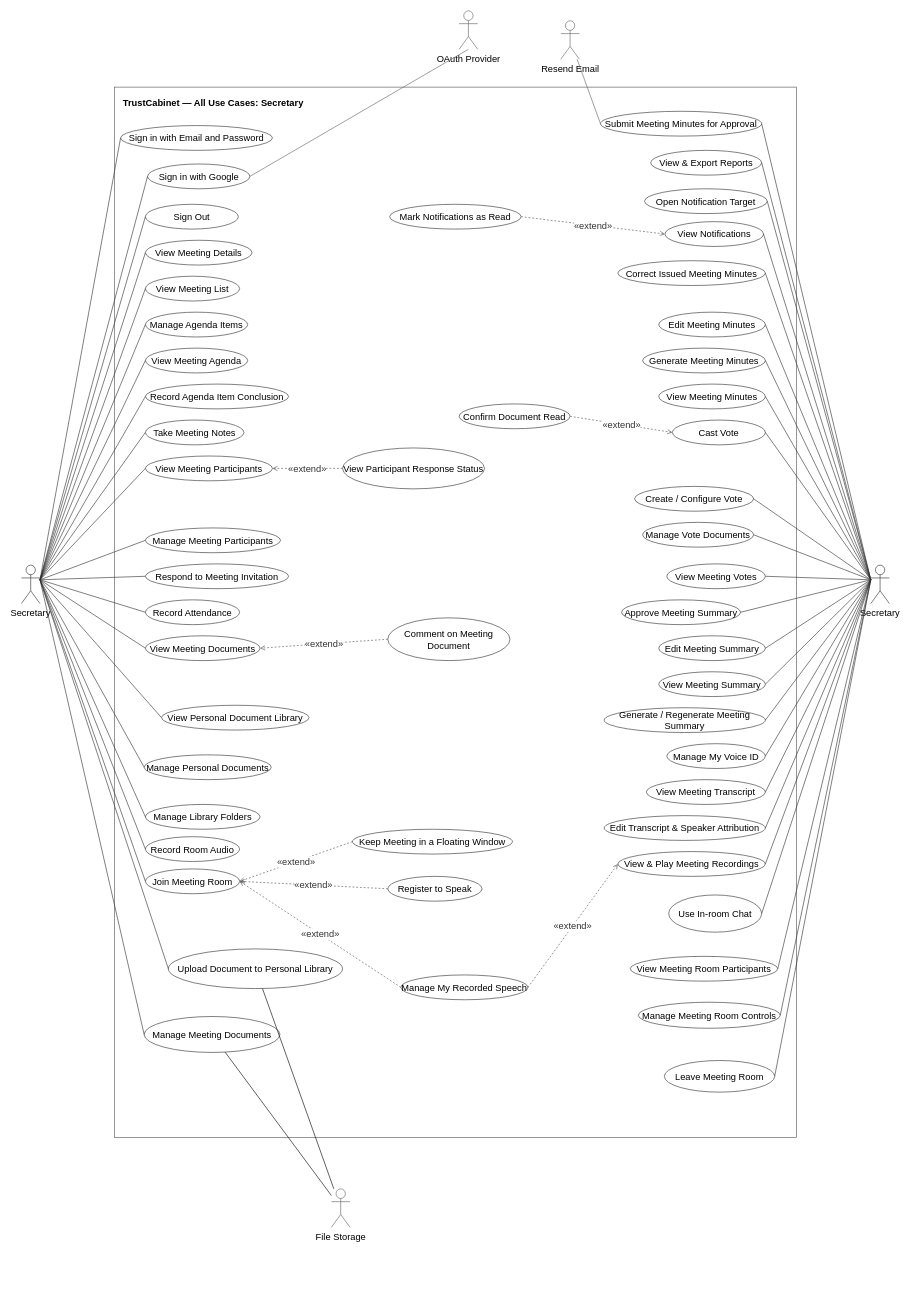
The draw.io diagram page "Secretary" (5 of 7) of docs/14-uc-diagram/trustcabinet-use-cases.drawio in callmehai/FU-FA26-G116, before the edit. Source tidied: cells renumbered, new cells numbered last; positions are measured from the earlier drawing's top-left corner, leaving out a move shared by most shapes. Both pictures are drawn from the tidied source at 62%, with x=0, y=0 at pixel (21, 11).
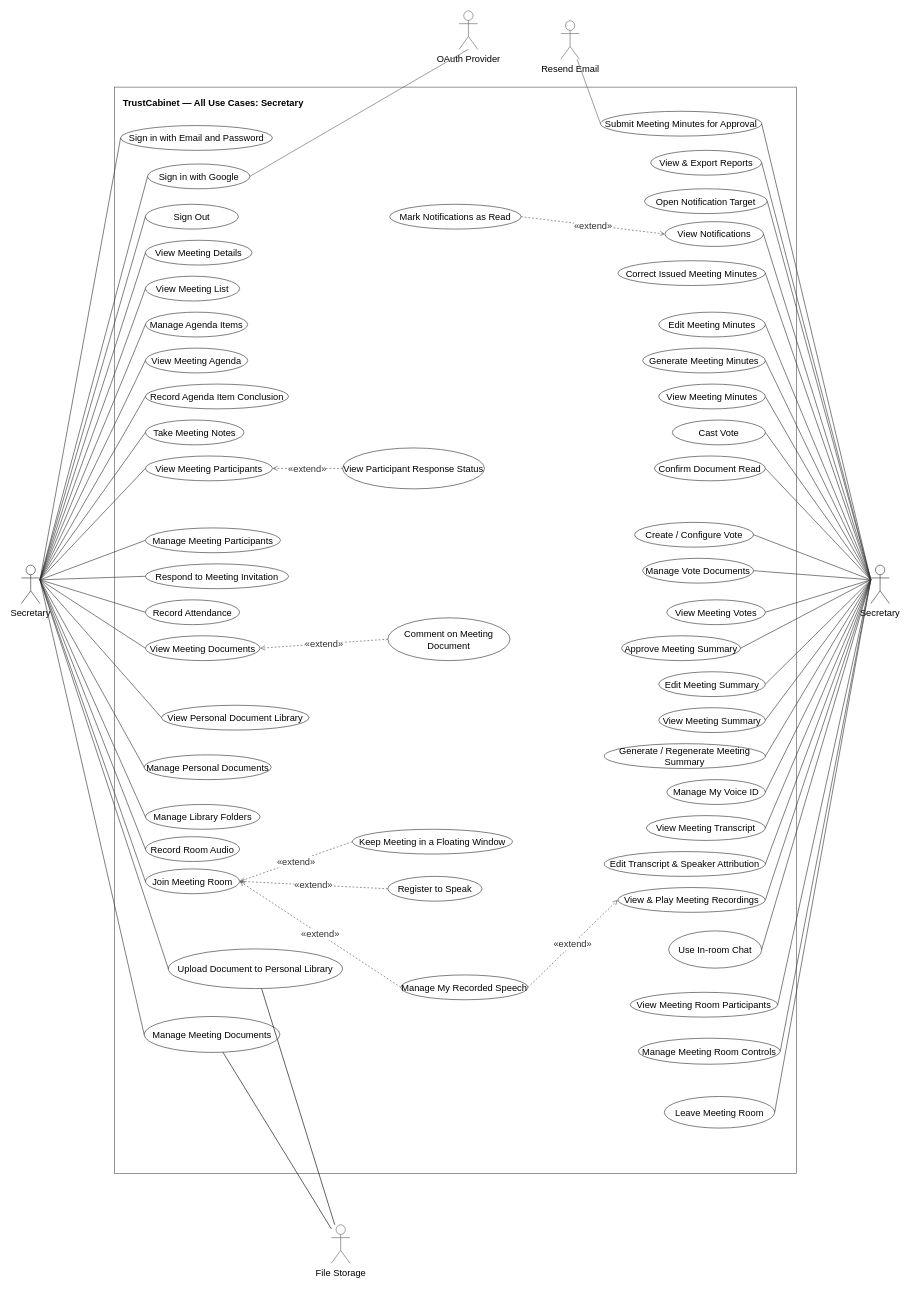
Above is the later version.

The change refers to these unchanged cells:
```xml
<mxCell id="4" value="Secretary" style="shape=umlActor;whiteSpace=wrap;verticalLabelPosition=bottom;verticalAlign=top;html=1;outlineConnect=0;fillColor=#ffffff;strokeColor=#333333;fontSize=15;" parent="1" vertex="1">
  <mxGeometry x="1370" y="894" width="30" height="62" as="geometry" />
</mxCell>
<mxCell id="47" value="Cast Vote" style="ellipse;whiteSpace=wrap;html=1;align=center;verticalAlign=middle;fontSize=15;strokeColor=#333333;fillColor=#ffffff;" parent="1" vertex="1">
  <mxGeometry x="1050" y="660" width="150" height="40" as="geometry" />
</mxCell>
```

What changed in the source:
```diff
@@
     <mxCell id="2" value="TrustCabinet — All Use Cases: Secretary" style="rounded=0;whiteSpace=wrap;html=1;align=left;verticalAlign=top;spacingTop=10;spacingLeft=12;fontStyle=1;fontSize=15;strokeColor=#555555;fillColor=none;" parent="1" vertex="1">
-      <mxGeometry x="150" y="123" width="1100" height="1694" as="geometry" />
+      <mxGeometry x="150" y="123" width="1100" height="1752" as="geometry" />
     </mxCell>
@@
     <mxCell id="16" value="Leave Meeting Room" style="ellipse;whiteSpace=wrap;html=1;align=center;verticalAlign=middle;fontSize=15;strokeColor=#333333;fillColor=#ffffff;" parent="1" vertex="1">
-      <mxGeometry x="1037" y="1693" width="178" height="51" as="geometry" />
+      <mxGeometry x="1037" y="1751" width="178" height="51" as="geometry" />
     </mxCell>
     <mxCell id="17" value="Manage Meeting Room Controls" style="ellipse;whiteSpace=wrap;html=1;align=center;verticalAlign=middle;fontSize=15;strokeColor=#333333;fillColor=#ffffff;" parent="1" vertex="1">
-      <mxGeometry x="995" y="1599" width="229" height="42" as="geometry" />
+      <mxGeometry x="995" y="1657" width="229" height="42" as="geometry" />
     </mxCell>
     <mxCell id="18" value="View Meeting Room Participants" style="ellipse;whiteSpace=wrap;html=1;align=center;verticalAlign=middle;fontSize=15;strokeColor=#333333;fillColor=#ffffff;" parent="1" vertex="1">
-      <mxGeometry x="982" y="1525" width="238" height="40" as="geometry" />
+      <mxGeometry x="982" y="1583" width="238" height="40" as="geometry" />
     </mxCell>
     <mxCell id="19" value="Use In-room Chat" style="ellipse;whiteSpace=wrap;html=1;align=center;verticalAlign=middle;fontSize=15;strokeColor=#333333;fillColor=#ffffff;" parent="1" vertex="1">
-      <mxGeometry x="1044" y="1426" width="150" height="60" as="geometry" />
+      <mxGeometry x="1044" y="1484" width="150" height="60" as="geometry" />
     </mxCell>
@@
     <mxCell id="23" value="View &amp;amp; Play Meeting Recordings" style="ellipse;whiteSpace=wrap;html=1;align=center;verticalAlign=middle;fontSize=15;strokeColor=#333333;fillColor=#ffffff;" parent="1" vertex="1">
-      <mxGeometry x="962" y="1356" width="238" height="40" as="geometry" />
+      <mxGeometry x="962" y="1414" width="238" height="40" as="geometry" />
     </mxCell>
@@
     <mxCell id="25" value="View Meeting Transcript" style="ellipse;whiteSpace=wrap;html=1;align=center;verticalAlign=middle;fontSize=15;strokeColor=#333333;fillColor=#ffffff;" parent="1" vertex="1">
-      <mxGeometry x="1008" y="1240" width="192" height="40" as="geometry" />
+      <mxGeometry x="1008" y="1298" width="192" height="40" as="geometry" />
     </mxCell>
     <mxCell id="26" value="Edit Transcript &amp;amp; Speaker Attribution" style="ellipse;whiteSpace=wrap;html=1;align=center;verticalAlign=middle;fontSize=15;strokeColor=#333333;fillColor=#ffffff;" parent="1" vertex="1">
-      <mxGeometry x="940" y="1298" width="260" height="40" as="geometry" />
+      <mxGeometry x="940" y="1356" width="260" height="40" as="geometry" />
     </mxCell>
     <mxCell id="27" value="View Meeting Summary" style="ellipse;whiteSpace=wrap;html=1;align=center;verticalAlign=middle;fontSize=15;strokeColor=#333333;fillColor=#ffffff;" parent="1" vertex="1">
-      <mxGeometry x="1028" y="1066" width="172" height="40" as="geometry" />
+      <mxGeometry x="1028" y="1124" width="172" height="40" as="geometry" />
     </mxCell>
     <mxCell id="28" value="Edit Meeting Summary" style="ellipse;whiteSpace=wrap;html=1;align=center;verticalAlign=middle;fontSize=15;strokeColor=#333333;fillColor=#ffffff;" parent="1" vertex="1">
-      <mxGeometry x="1028" y="1008" width="172" height="40" as="geometry" />
+      <mxGeometry x="1028" y="1066" width="172" height="40" as="geometry" />
     </mxCell>
     <mxCell id="29" value="Approve Meeting Summary" style="ellipse;whiteSpace=wrap;html=1;align=center;verticalAlign=middle;fontSize=15;strokeColor=#333333;fillColor=#ffffff;" parent="1" vertex="1">
-      <mxGeometry x="968" y="950" width="192" height="40" as="geometry" />
+      <mxGeometry x="968" y="1008" width="192" height="40" as="geometry" />
     </mxCell>
     <mxCell id="30" value="View Meeting Votes" style="ellipse;whiteSpace=wrap;html=1;align=center;verticalAlign=middle;fontSize=15;strokeColor=#333333;fillColor=#ffffff;" parent="1" vertex="1">
-      <mxGeometry x="1041" y="892" width="159" height="40" as="geometry" />
+      <mxGeometry x="1041" y="950" width="159" height="40" as="geometry" />
     </mxCell>
@@
     <mxCell id="36" value="Generate / Regenerate Meeting Summary" style="ellipse;whiteSpace=wrap;html=1;align=center;verticalAlign=middle;fontSize=15;strokeColor=#333333;fillColor=#ffffff;" parent="1" vertex="1">
-      <mxGeometry x="940" y="1124" width="260" height="40" as="geometry" />
+      <mxGeometry x="940" y="1182" width="260" height="40" as="geometry" />
     </mxCell>
@@
     <mxCell id="48" value="Confirm Document Read" style="ellipse;whiteSpace=wrap;html=1;align=center;verticalAlign=middle;fontSize=15;strokeColor=#333333;fillColor=#ffffff;" parent="1" vertex="1">
-      <mxGeometry x="706" y="634" width="179" height="40" as="geometry" />
+      <mxGeometry x="1021" y="718" width="179" height="40" as="geometry" />
     </mxCell>
     <mxCell id="49" value="Create / Configure Vote" style="ellipse;whiteSpace=wrap;html=1;align=center;verticalAlign=middle;fontSize=15;strokeColor=#333333;fillColor=#ffffff;" parent="1" vertex="1">
-      <mxGeometry x="989" y="767" width="192" height="40" as="geometry" />
+      <mxGeometry x="989" y="825" width="192" height="40" as="geometry" />
     </mxCell>
     <mxCell id="50" value="Manage Vote Documents" style="ellipse;whiteSpace=wrap;html=1;align=center;verticalAlign=middle;fontSize=15;strokeColor=#333333;fillColor=#ffffff;" parent="1" vertex="1">
-      <mxGeometry x="1002" y="825" width="179" height="40" as="geometry" />
+      <mxGeometry x="1002" y="883" width="179" height="40" as="geometry" />
     </mxCell>
@@
     <mxCell id="55" value="Manage My Voice ID" style="ellipse;whiteSpace=wrap;html=1;align=center;verticalAlign=middle;fontSize=15;strokeColor=#333333;fillColor=#ffffff;" parent="1" vertex="1">
-      <mxGeometry x="1041" y="1182" width="159" height="40" as="geometry" />
+      <mxGeometry x="1041" y="1240" width="159" height="40" as="geometry" />
     </mxCell>
@@
     <mxCell id="61" value="File Storage" style="shape=umlActor;verticalLabelPosition=bottom;verticalAlign=top;html=1;outlineConnect=0;fillColor=#ffffff;strokeColor=#666666;fontSize=15;" parent="1" vertex="1">
-      <mxGeometry x="500" y="1900" width="30" height="62" as="geometry" />
+      <mxGeometry x="500" y="1958" width="30" height="62" as="geometry" />
     </mxCell>
@@
-    <mxCell id="71" value="«extend»" style="edgeStyle=none;html=1;dashed=1;strokeColor=#555555;fontColor=#333333;fontSize=15;endArrow=open;endFill=0;labelBackgroundColor=#FFFFFF;exitX=1;exitY=0.5;exitDx=0;exitDy=0;entryX=0;entryY=0.5;entryDx=0;entryDy=0;" parent="1" edge="1" source="48" target="47">
-      <mxGeometry relative="1" as="geometry" />
-    </mxCell>
@@
+    <mxCell id="117" style="edgeStyle=none;strokeColor=#333333;html=1;strokeWidth=1;endArrow=none;startArrow=none;exitX=0;exitY=0.35;exitDx=-4;exitDy=0;entryX=1;entryY=0.5;entryDx=0;entryDy=0;fontSize=15;" parent="1" edge="1" source="4" target="48">
+      <mxGeometry relative="1" as="geometry" />
+    </mxCell>
```
